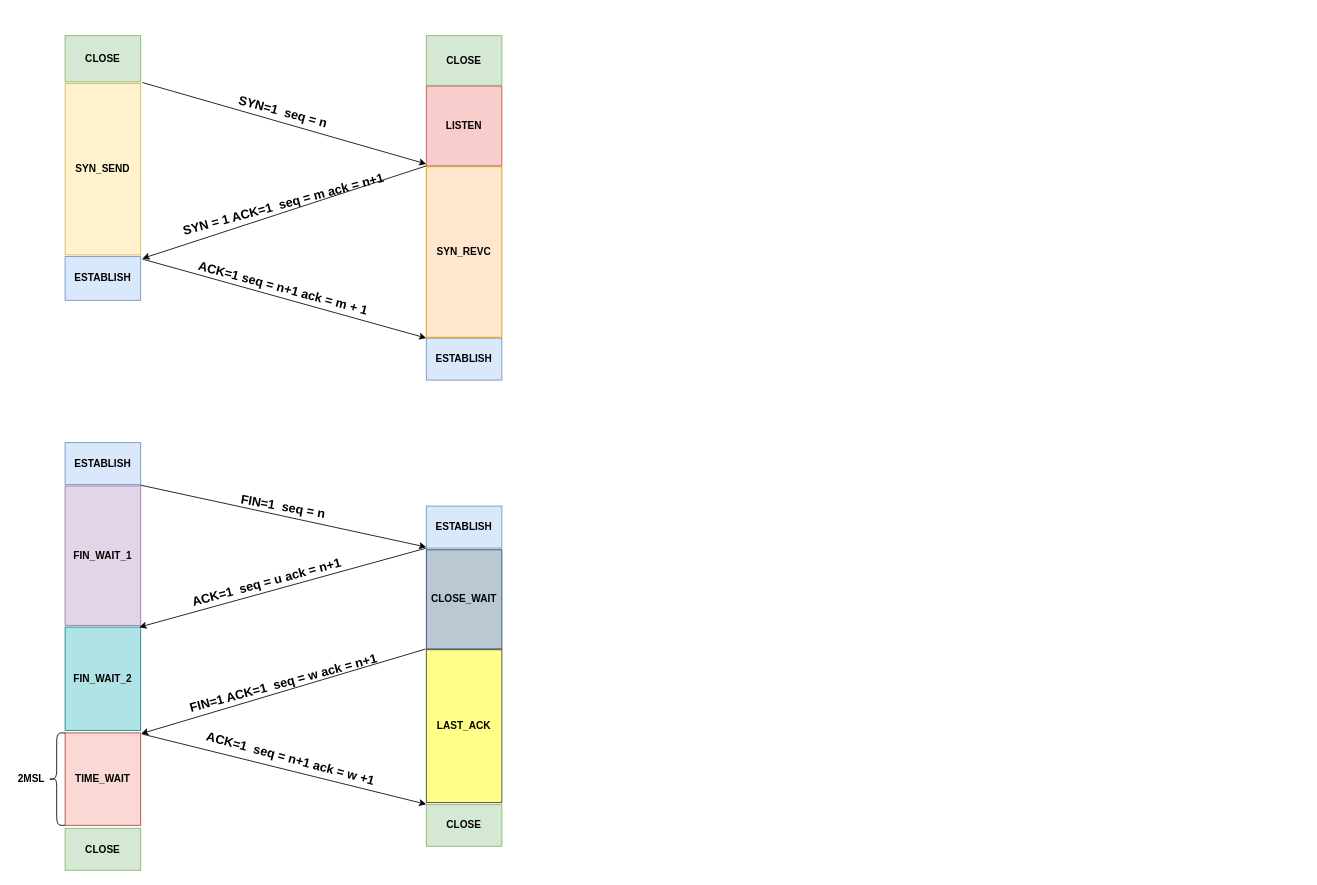
The draw.io diagram network.drawio in yankooo/draw.io, before the edit. Source tidied: cells renumbered, new cells numbered last; positions are measured from the earlier drawing's top-left corner, leaving out a move shared by most shapes. Both pictures are drawn from the tidied source at 84%, with x=0, y=0 at pixel (14, 35).
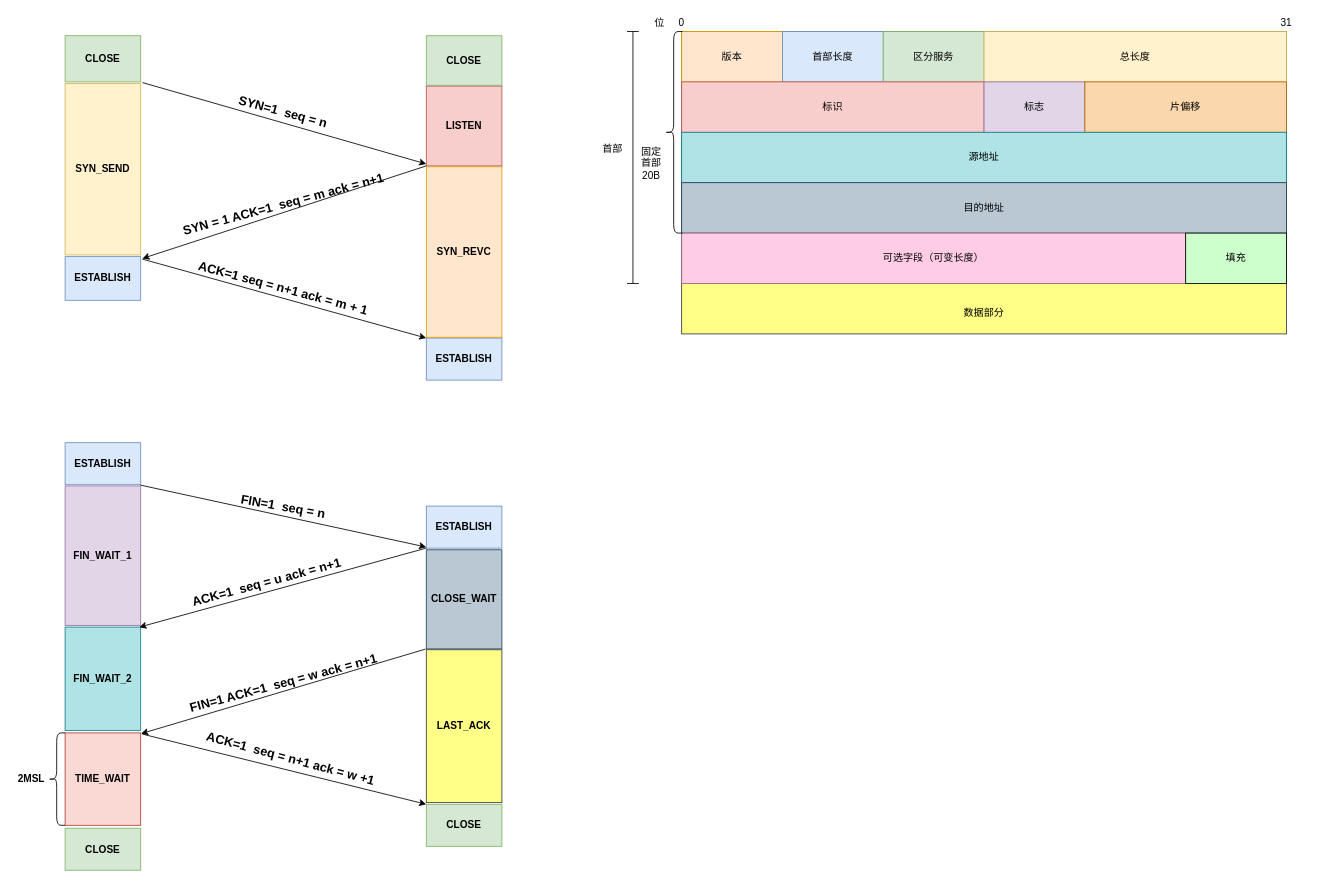
After the change.

The edit, as a diff of the source:
```diff
@@
+    <mxCell id="34" style="rounded=0;whiteSpace=wrap;html=1;fillColor=#ffff88;strokeColor=#36393d;" parent="1" vertex="1">
+      <mxGeometry x="794" y="-5" width="720" height="360" as="geometry" />
+    </mxCell>
+    <mxCell id="35" value="版本" style="rounded=0;whiteSpace=wrap;html=1;fillColor=#ffe6cc;strokeColor=#d79b00;" parent="1" vertex="1">
+      <mxGeometry x="794" y="-5" width="120" height="60" as="geometry" />
+    </mxCell>
+    <mxCell id="36" value="首部长度" style="rounded=0;whiteSpace=wrap;html=1;fillColor=#dae8fc;strokeColor=#6c8ebf;" parent="1" vertex="1">
+      <mxGeometry x="914" y="-5" width="120" height="60" as="geometry" />
+    </mxCell>
+    <mxCell id="37" value="区分服务" style="rounded=0;whiteSpace=wrap;html=1;fillColor=#d5e8d4;strokeColor=#82b366;" parent="1" vertex="1">
+      <mxGeometry x="1034" y="-5" width="120" height="60" as="geometry" />
+    </mxCell>
+    <mxCell id="38" value="总长度" style="rounded=0;whiteSpace=wrap;html=1;fillColor=#fff2cc;strokeColor=#d6b656;" parent="1" vertex="1">
+      <mxGeometry x="1154" y="-5" width="360" height="60" as="geometry" />
+    </mxCell>
+    <mxCell id="39" value="位" style="text;html=1;strokeColor=none;fillColor=none;align=center;verticalAlign=middle;whiteSpace=wrap;rounded=0;" parent="1" vertex="1">
+      <mxGeometry x="748" y="-25" width="40" height="20" as="geometry" />
+    </mxCell>
+    <mxCell id="40" value="0" style="text;html=1;strokeColor=none;fillColor=none;align=center;verticalAlign=middle;whiteSpace=wrap;rounded=0;" parent="1" vertex="1">
+      <mxGeometry x="774" y="-25" width="40" height="20" as="geometry" />
+    </mxCell>
+    <mxCell id="41" value="31" style="text;html=1;strokeColor=none;fillColor=none;align=center;verticalAlign=middle;whiteSpace=wrap;rounded=0;" parent="1" vertex="1">
+      <mxGeometry x="1494" y="-25" width="40" height="20" as="geometry" />
+    </mxCell>
+    <mxCell id="42" value="标识" style="rounded=0;whiteSpace=wrap;html=1;fillColor=#f8cecc;strokeColor=#b85450;" parent="1" vertex="1">
+      <mxGeometry x="794" y="55" width="360" height="60" as="geometry" />
+    </mxCell>
+    <mxCell id="43" value="标志" style="rounded=0;whiteSpace=wrap;html=1;fillColor=#e1d5e7;strokeColor=#9673a6;" parent="1" vertex="1">
+      <mxGeometry x="1154" y="55" width="120" height="60" as="geometry" />
+    </mxCell>
+    <mxCell id="44" value="片偏移" style="rounded=0;whiteSpace=wrap;html=1;fillColor=#fad7ac;strokeColor=#b46504;" parent="1" vertex="1">
+      <mxGeometry x="1274" y="55" width="240" height="60" as="geometry" />
+    </mxCell>
+    <mxCell id="45" value="源地址" style="rounded=0;whiteSpace=wrap;html=1;fillColor=#b0e3e6;strokeColor=#0e8088;" parent="1" vertex="1">
+      <mxGeometry x="794" y="115" width="720" height="60" as="geometry" />
+    </mxCell>
+    <mxCell id="46" value="目的地址" style="rounded=0;whiteSpace=wrap;html=1;fillColor=#bac8d3;strokeColor=#23445d;" parent="1" vertex="1">
+      <mxGeometry x="794" y="175" width="720" height="60" as="geometry" />
+    </mxCell>
+    <mxCell id="47" value="可选字段（可变长度）" style="rounded=0;whiteSpace=wrap;html=1;fillColor=#FFCCE6;strokeColor=#996185;gradientColor=none;" parent="1" vertex="1">
+      <mxGeometry x="794" y="235" width="600" height="60" as="geometry" />
+    </mxCell>
+    <mxCell id="48" value="填充" style="rounded=0;whiteSpace=wrap;html=1;fillColor=#CCFFCC;" parent="1" vertex="1">
+      <mxGeometry x="1394" y="235" width="120" height="60" as="geometry" />
+    </mxCell>
+    <mxCell id="49" value="数据部分" style="text;html=1;strokeColor=none;fillColor=none;align=center;verticalAlign=middle;whiteSpace=wrap;rounded=0;" parent="1" vertex="1">
+      <mxGeometry x="1116" y="320" width="76" height="20" as="geometry" />
+    </mxCell>
+    <mxCell id="50" style="shape=curlyBracket;whiteSpace=wrap;html=1;rounded=1;fillColor=#CCFFCC;gradientColor=none;" parent="1" vertex="1">
+      <mxGeometry x="774" y="-5" width="21" height="240" as="geometry" />
+    </mxCell>
+    <mxCell id="51" value="固定首部20B" style="text;html=1;strokeColor=none;fillColor=none;align=center;verticalAlign=middle;whiteSpace=wrap;rounded=0;" parent="1" vertex="1">
+      <mxGeometry x="742" y="147" width="32" height="10" as="geometry" />
+    </mxCell>
+    <mxCell id="52" style="shape=crossbar;whiteSpace=wrap;html=1;rounded=1;fillColor=#CCFFCC;gradientColor=none;rotation=-90;" parent="1" vertex="1">
+      <mxGeometry x="586" y="138" width="300" height="14" as="geometry" />
+    </mxCell>
+    <mxCell id="53" value="首部" style="text;html=1;strokeColor=none;fillColor=none;align=center;verticalAlign=middle;whiteSpace=wrap;rounded=0;" parent="1" vertex="1">
+      <mxGeometry x="692" y="125" width="40" height="20" as="geometry" />
+    </mxCell>
```
